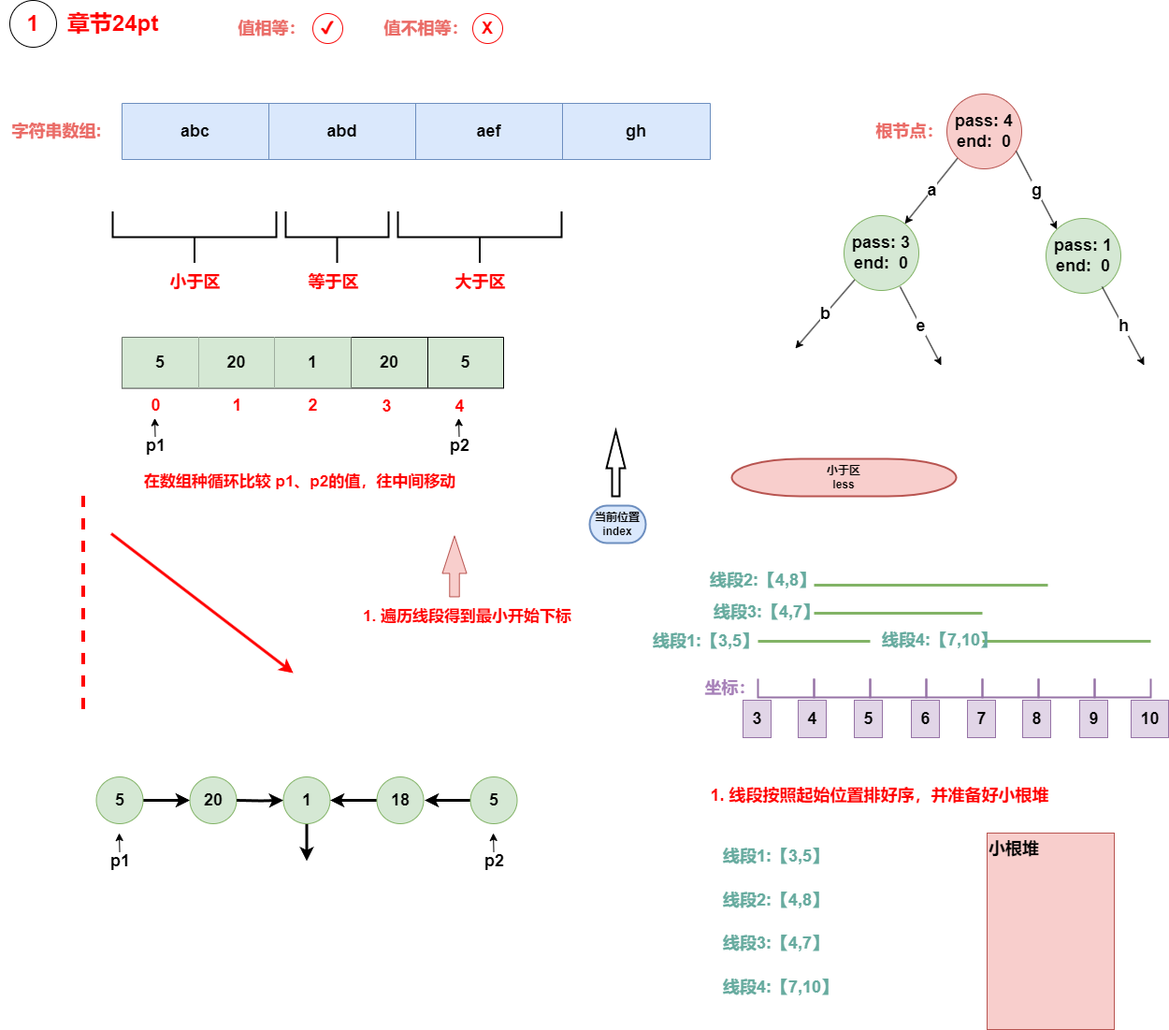
This is algrithem/style_composite.drawio.png from muxicode/c153080686, a draw.io export, as it was before one commit. Source tidied: cells renumbered, new cells last; positions are measured from the earlier drawing's top-left corner, leaving out a move shared by most shapes.
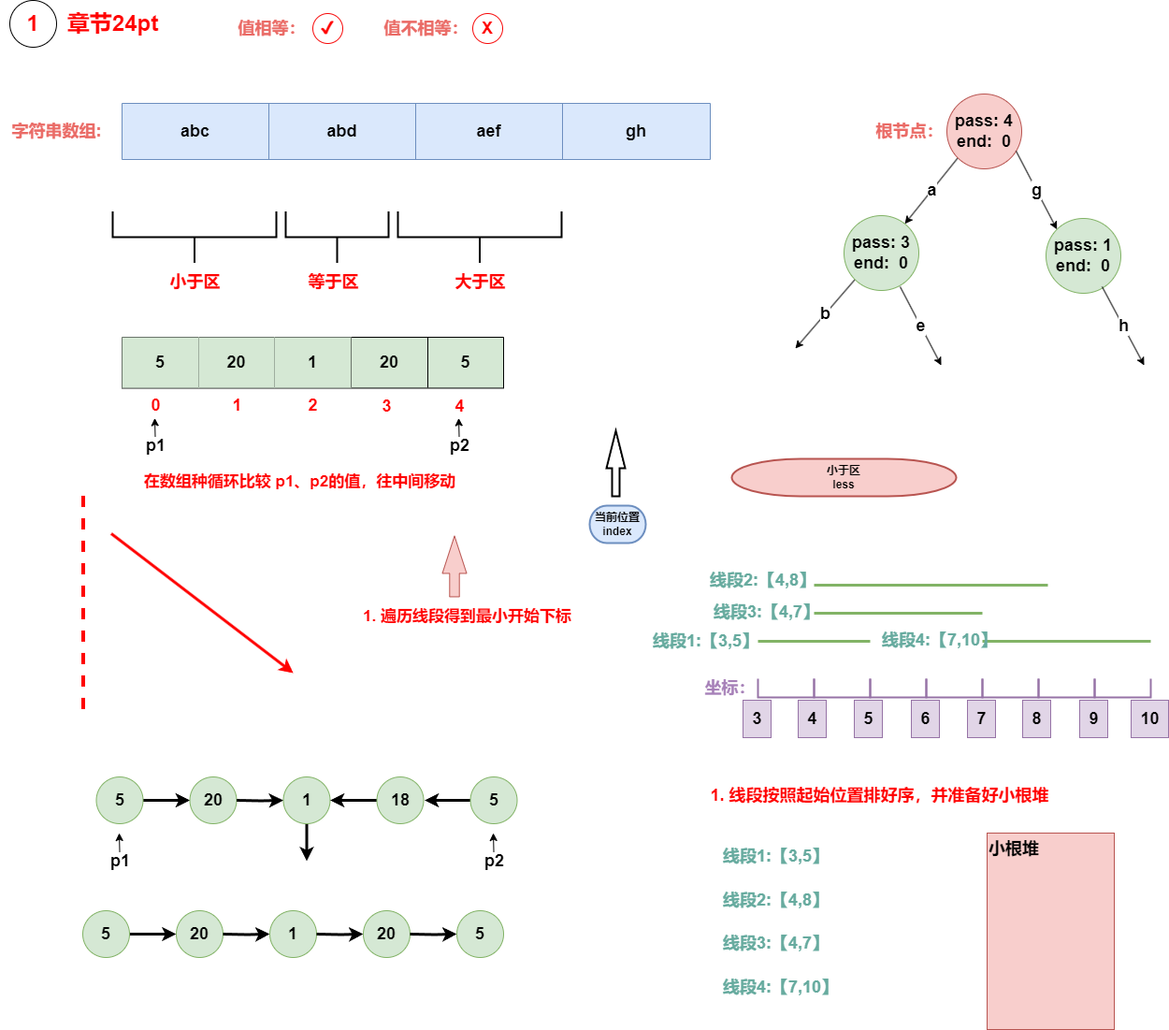
After the change.

The edit, as a diff of the source:
```diff
@@ -336,5 +336,38 @@
         <mxPoint x="527" y="890" as="targetPoint" />
       </mxGeometry>
     </mxCell>
+    <mxCell id="98" style="edgeStyle=orthogonalEdgeStyle;rounded=0;jettySize=auto;html=1;exitX=1;exitY=0.5;exitDx=0;exitDy=0;entryX=0;entryY=0.5;entryDx=0;entryDy=0;strokeWidth=3;" parent="1" edge="1" source="99" target="100">
+      <mxGeometry relative="1" as="geometry" />
+    </mxCell>
+    <mxCell id="99" value="&lt;font size=&quot;1&quot; style=&quot;&quot;&gt;&lt;b style=&quot;font-size: 18px;&quot;&gt;5&lt;/b&gt;&lt;/font&gt;" style="ellipse;whiteSpace=wrap;html=1;fillColor=#d5e8d4;strokeColor=#82b366;fontSize=16;" parent="1" vertex="1">
+      <mxGeometry x="88" y="973" width="50" height="50" as="geometry" />
+    </mxCell>
+    <mxCell id="100" value="&lt;font size=&quot;1&quot; style=&quot;&quot;&gt;&lt;b style=&quot;font-size: 18px;&quot;&gt;20&lt;/b&gt;&lt;/font&gt;" style="ellipse;whiteSpace=wrap;html=1;fillColor=#d5e8d4;strokeColor=#82b366;fontSize=16;" parent="1" vertex="1">
+      <mxGeometry x="188" y="973" width="50" height="50" as="geometry" />
+    </mxCell>
+    <mxCell id="101" style="edgeStyle=orthogonalEdgeStyle;rounded=0;jettySize=auto;html=1;exitX=1;exitY=0.5;exitDx=0;exitDy=0;entryX=0;entryY=0.5;entryDx=0;entryDy=0;strokeWidth=3;" parent="1" edge="1" target="102">
+      <mxGeometry relative="1" as="geometry">
+        <mxPoint x="238" y="998" as="sourcePoint" />
+      </mxGeometry>
+    </mxCell>
+    <mxCell id="102" value="&lt;font size=&quot;1&quot; style=&quot;&quot;&gt;&lt;b style=&quot;font-size: 18px;&quot;&gt;1&lt;/b&gt;&lt;/font&gt;" style="ellipse;whiteSpace=wrap;html=1;fillColor=#d5e8d4;strokeColor=#82b366;fontSize=16;" parent="1" vertex="1">
+      <mxGeometry x="288" y="973" width="50" height="50" as="geometry" />
+    </mxCell>
+    <mxCell id="103" style="edgeStyle=orthogonalEdgeStyle;rounded=0;jettySize=auto;html=1;exitX=1;exitY=0.5;exitDx=0;exitDy=0;entryX=0;entryY=0.5;entryDx=0;entryDy=0;strokeWidth=3;" parent="1" edge="1" target="104">
+      <mxGeometry relative="1" as="geometry">
+        <mxPoint x="338" y="998" as="sourcePoint" />
+      </mxGeometry>
+    </mxCell>
+    <mxCell id="104" value="&lt;font size=&quot;1&quot; style=&quot;&quot;&gt;&lt;b style=&quot;font-size: 18px;&quot;&gt;20&lt;/b&gt;&lt;/font&gt;" style="ellipse;whiteSpace=wrap;html=1;fillColor=#d5e8d4;strokeColor=#82b366;fontSize=16;" parent="1" vertex="1">
+      <mxGeometry x="388" y="973" width="50" height="50" as="geometry" />
+    </mxCell>
+    <mxCell id="105" style="edgeStyle=orthogonalEdgeStyle;rounded=0;jettySize=auto;html=1;exitX=1;exitY=0.5;exitDx=0;exitDy=0;entryX=0;entryY=0.5;entryDx=0;entryDy=0;strokeWidth=3;" parent="1" edge="1" target="106">
+      <mxGeometry relative="1" as="geometry">
+        <mxPoint x="438" y="998" as="sourcePoint" />
+      </mxGeometry>
+    </mxCell>
+    <mxCell id="106" value="&lt;font size=&quot;1&quot; style=&quot;&quot;&gt;&lt;b style=&quot;font-size: 18px;&quot;&gt;5&lt;/b&gt;&lt;/font&gt;" style="ellipse;whiteSpace=wrap;html=1;fillColor=#d5e8d4;strokeColor=#82b366;fontSize=16;" parent="1" vertex="1">
+      <mxGeometry x="488" y="973" width="50" height="50" as="geometry" />
+    </mxCell>
   </root>
 </mxGraphModel>
```
